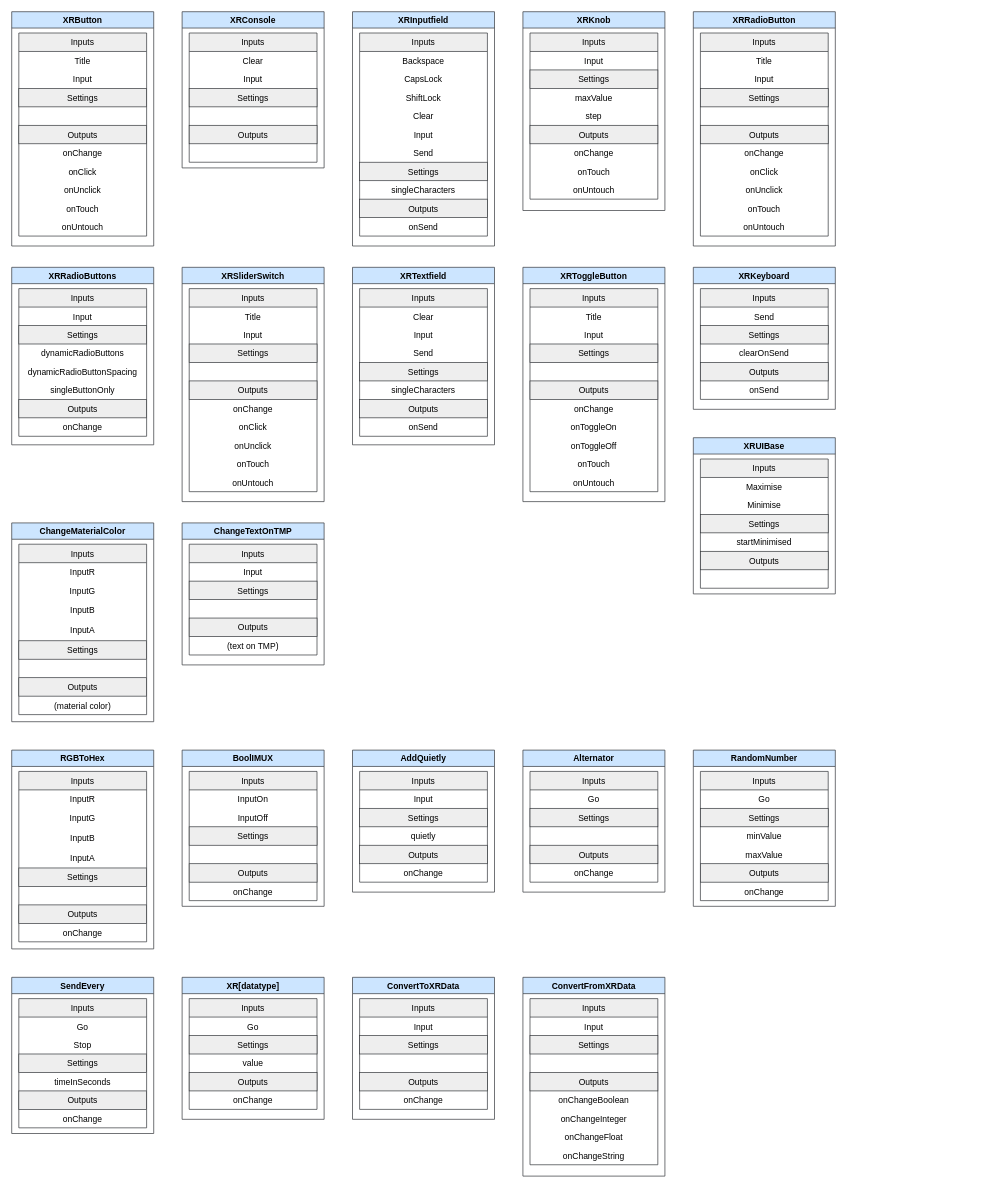
smart-digital-lab/openxr_ux_base keeps this draw.io diagram as Unity OpenXR Base/Documentation/Examples/Templates.drawio. Above is the earlier version. Source tidied: cells renumbered, new cells numbered last; positions are measured from the earlier drawing's top-left corner, leaving out a move shared by most shapes. Both pictures are drawn from the tidied source at 71%, with x=0, y=0 at pixel (11, 11).
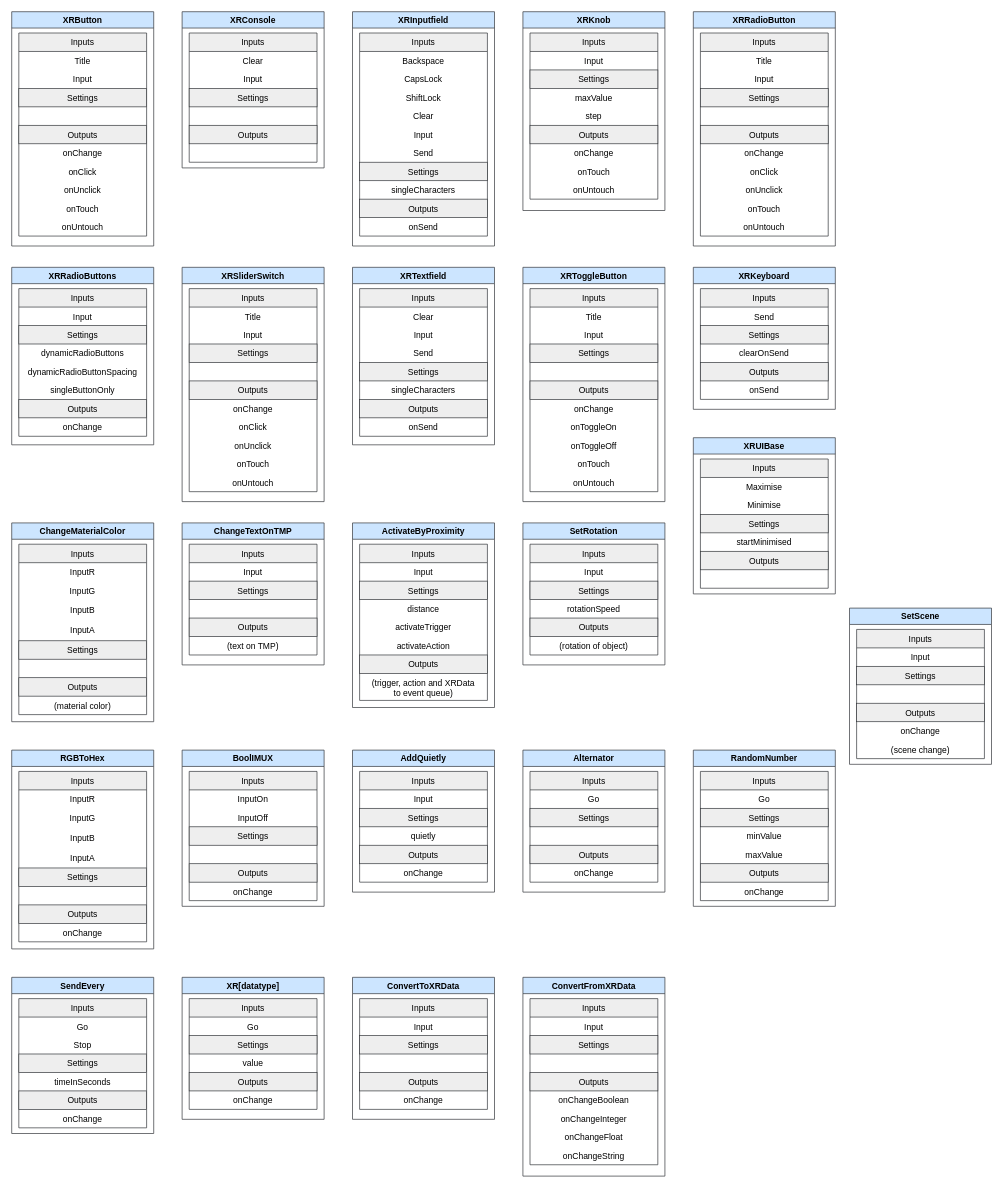
After the change.

Diff of the diagram source:
```diff
@@
+    <mxCell id="202" value="ActivateByProximity" style="swimlane;fillColor=#cce5ff;strokeColor=#36393d;startSize=23;" parent="1" vertex="1">
+      <mxGeometry x="480" y="720" width="200" height="260" as="geometry" />
+    </mxCell>
+    <mxCell id="203" value="Inputs" style="swimlane;fontStyle=0;horizontal=1;startSize=26;fillColor=#eeeeee;strokeColor=#36393d;perimeter=rectanglePerimeter;" parent="202" vertex="1">
+      <mxGeometry x="10" y="30" width="180" height="220" as="geometry" />
+    </mxCell>
+    <mxCell id="204" value="Input" style="text;strokeColor=none;fillColor=none;align=center;verticalAlign=top;spacingLeft=4;spacingRight=4;overflow=hidden;imageAlign=center;" parent="203" vertex="1">
+      <mxGeometry y="26" width="180" height="26" as="geometry" />
+    </mxCell>
+    <mxCell id="205" value="Settings" style="text;align=center;verticalAlign=top;spacingLeft=4;spacingRight=4;overflow=hidden;fillColor=#eeeeee;strokeColor=#36393d;imageAlign=center;" parent="203" vertex="1">
+      <mxGeometry y="52" width="180" height="26" as="geometry" />
+    </mxCell>
+    <mxCell id="206" value="distance" style="text;strokeColor=none;fillColor=none;align=center;verticalAlign=top;spacingLeft=4;spacingRight=4;overflow=hidden;imageAlign=center;" parent="203" vertex="1">
+      <mxGeometry y="78" width="180" height="26" as="geometry" />
+    </mxCell>
+    <mxCell id="207" value="activateTrigger" style="text;strokeColor=none;fillColor=none;align=center;verticalAlign=top;spacingLeft=4;spacingRight=4;overflow=hidden;imageAlign=center;" parent="203" vertex="1">
+      <mxGeometry y="104" width="180" height="26" as="geometry" />
+    </mxCell>
+    <mxCell id="208" value="activateAction" style="text;strokeColor=none;fillColor=none;align=center;verticalAlign=top;spacingLeft=4;spacingRight=4;overflow=hidden;imageAlign=center;" parent="203" vertex="1">
+      <mxGeometry y="130" width="180" height="26" as="geometry" />
+    </mxCell>
+    <mxCell id="209" value="Outputs" style="text;strokeColor=#36393d;fillColor=#eeeeee;align=center;verticalAlign=top;spacingLeft=4;spacingRight=4;overflow=hidden;imageAlign=center;" parent="203" vertex="1">
+      <mxGeometry y="156" width="180" height="26" as="geometry" />
+    </mxCell>
+    <mxCell id="210" value="(trigger, action and XRData&#10;to event queue)" style="text;strokeColor=none;fillColor=none;align=center;verticalAlign=top;spacingLeft=4;spacingRight=4;overflow=hidden;imageAlign=center;" parent="203" vertex="1">
+      <mxGeometry y="182" width="180" height="38" as="geometry" />
+    </mxCell>
+    <mxCell id="211" value="SetRotation" style="swimlane;fillColor=#cce5ff;strokeColor=#36393d;startSize=23;" parent="1" vertex="1">
+      <mxGeometry x="720" y="720" width="200" height="200" as="geometry" />
+    </mxCell>
+    <mxCell id="212" value="Inputs" style="swimlane;fontStyle=0;horizontal=1;startSize=26;fillColor=#eeeeee;strokeColor=#36393d;perimeter=rectanglePerimeter;" parent="211" vertex="1">
+      <mxGeometry x="10" y="30" width="180" height="156" as="geometry" />
+    </mxCell>
+    <mxCell id="213" value="Input" style="text;strokeColor=none;fillColor=none;align=center;verticalAlign=top;spacingLeft=4;spacingRight=4;overflow=hidden;imageAlign=center;" parent="212" vertex="1">
+      <mxGeometry y="26" width="180" height="26" as="geometry" />
+    </mxCell>
+    <mxCell id="214" value="Settings" style="text;align=center;verticalAlign=top;spacingLeft=4;spacingRight=4;overflow=hidden;fillColor=#eeeeee;strokeColor=#36393d;imageAlign=center;" parent="212" vertex="1">
+      <mxGeometry y="52" width="180" height="26" as="geometry" />
+    </mxCell>
+    <mxCell id="215" value="rotationSpeed" style="text;strokeColor=none;fillColor=none;align=center;verticalAlign=top;spacingLeft=4;spacingRight=4;overflow=hidden;imageAlign=center;" parent="212" vertex="1">
+      <mxGeometry y="78" width="180" height="26" as="geometry" />
+    </mxCell>
+    <mxCell id="216" value="Outputs" style="text;strokeColor=#36393d;fillColor=#eeeeee;align=center;verticalAlign=top;spacingLeft=4;spacingRight=4;overflow=hidden;imageAlign=center;" parent="212" vertex="1">
+      <mxGeometry y="104" width="180" height="26" as="geometry" />
+    </mxCell>
+    <mxCell id="217" value="(rotation of object)" style="text;strokeColor=none;fillColor=none;align=center;verticalAlign=top;spacingLeft=4;spacingRight=4;overflow=hidden;imageAlign=center;" parent="212" vertex="1">
+      <mxGeometry y="130" width="180" height="26" as="geometry" />
+    </mxCell>
+    <mxCell id="218" value="SetScene" style="swimlane;fillColor=#cce5ff;strokeColor=#36393d;startSize=23;" parent="1" vertex="1">
+      <mxGeometry x="1180" y="840" width="200" height="220" as="geometry" />
+    </mxCell>
+    <mxCell id="219" value="Inputs" style="swimlane;fontStyle=0;horizontal=1;startSize=26;fillColor=#eeeeee;strokeColor=#36393d;perimeter=rectanglePerimeter;" parent="218" vertex="1">
+      <mxGeometry x="10" y="30" width="180" height="182" as="geometry" />
+    </mxCell>
+    <mxCell id="220" value="Input" style="text;strokeColor=none;fillColor=none;align=center;verticalAlign=top;spacingLeft=4;spacingRight=4;overflow=hidden;imageAlign=center;" parent="219" vertex="1">
+      <mxGeometry y="26" width="180" height="26" as="geometry" />
+    </mxCell>
+    <mxCell id="221" value="Settings" style="text;align=center;verticalAlign=top;spacingLeft=4;spacingRight=4;overflow=hidden;fillColor=#eeeeee;strokeColor=#36393d;imageAlign=center;" parent="219" vertex="1">
+      <mxGeometry y="52" width="180" height="26" as="geometry" />
+    </mxCell>
+    <mxCell id="222" value=" " style="text;strokeColor=none;fillColor=none;align=center;verticalAlign=top;spacingLeft=4;spacingRight=4;overflow=hidden;imageAlign=center;" parent="219" vertex="1">
+      <mxGeometry y="78" width="180" height="26" as="geometry" />
+    </mxCell>
+    <mxCell id="223" value="Outputs" style="text;strokeColor=#36393d;fillColor=#eeeeee;align=center;verticalAlign=top;spacingLeft=4;spacingRight=4;overflow=hidden;imageAlign=center;" parent="219" vertex="1">
+      <mxGeometry y="104" width="180" height="26" as="geometry" />
+    </mxCell>
+    <mxCell id="224" value="onChange" style="text;strokeColor=none;fillColor=none;align=center;verticalAlign=top;spacingLeft=4;spacingRight=4;overflow=hidden;imageAlign=center;" parent="219" vertex="1">
+      <mxGeometry y="130" width="180" height="26" as="geometry" />
+    </mxCell>
+    <mxCell id="225" value="(scene change)" style="text;strokeColor=none;fillColor=none;align=center;verticalAlign=top;spacingLeft=4;spacingRight=4;overflow=hidden;imageAlign=center;" parent="219" vertex="1">
+      <mxGeometry y="156" width="180" height="26" as="geometry" />
+    </mxCell>
```
